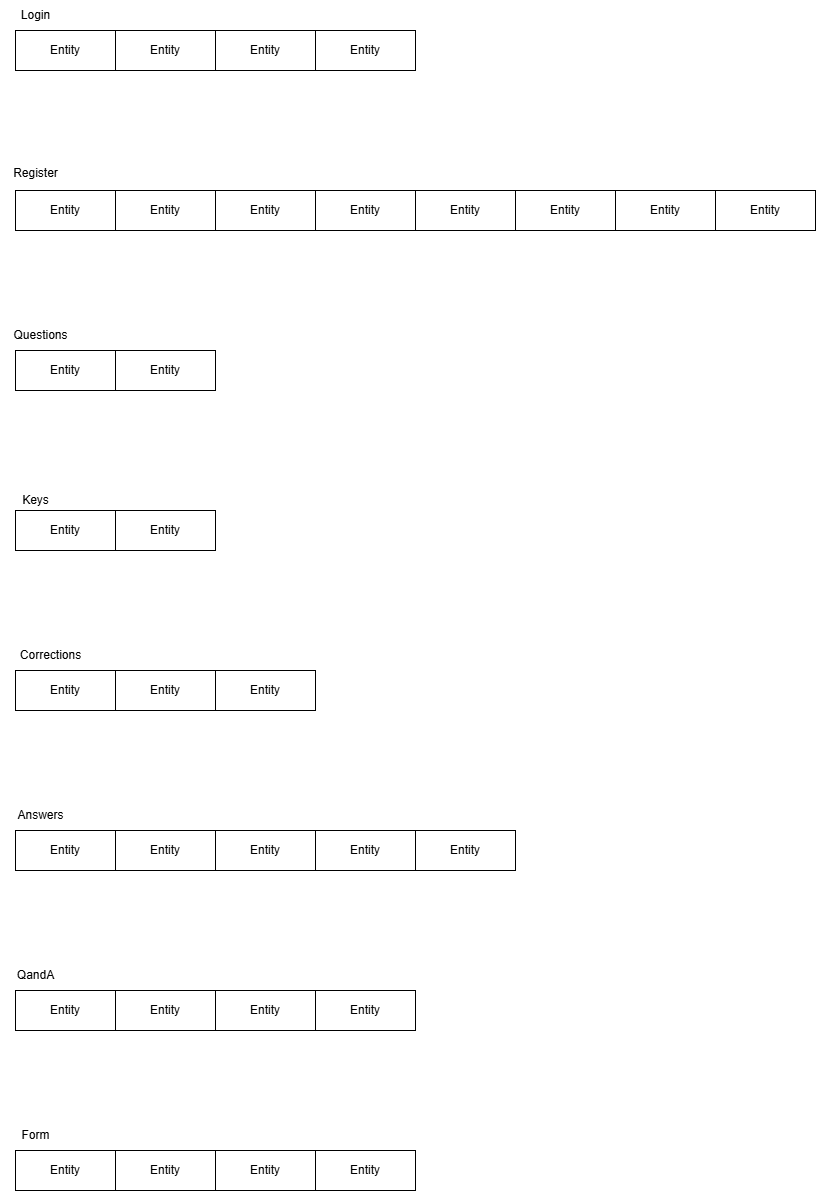
Above: Bahrainouna Project/Database_mapping.drawio.png in another4433/another4433 (draw.io), before the change. Source tidied: cells renumbered, new cells last; positions are measured from the earlier drawing's top-left corner, leaving out a move shared by most shapes.
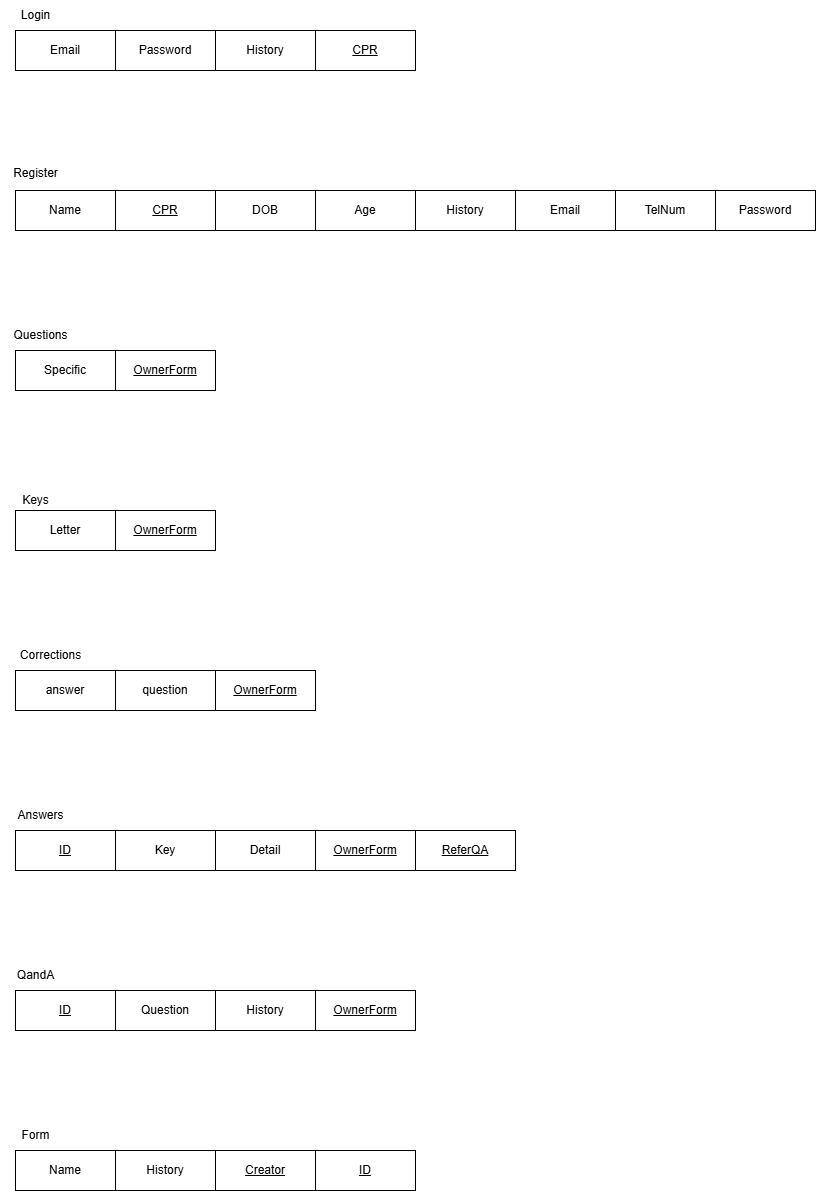
After the commit.

Diff of the diagram source:
```diff
@@ -2,52 +2,52 @@
   <root>
     <mxCell id="0" />
     <mxCell id="1" parent="0" />
-    <mxCell id="2" value="Entity" style="whiteSpace=wrap;html=1;align=center;" parent="1" vertex="1">
+    <mxCell id="2" value="&lt;u&gt;OwnerForm&lt;/u&gt;" style="whiteSpace=wrap;html=1;align=center;" parent="1" vertex="1">
       <mxGeometry x="115" y="510" width="100" height="40" as="geometry" />
     </mxCell>
-    <mxCell id="3" value="Entity" style="whiteSpace=wrap;html=1;align=center;" parent="1" vertex="1">
+    <mxCell id="3" value="Letter" style="whiteSpace=wrap;html=1;align=center;" parent="1" vertex="1">
       <mxGeometry x="15" y="510" width="100" height="40" as="geometry" />
     </mxCell>
-    <mxCell id="4" value="Entity" style="whiteSpace=wrap;html=1;align=center;" parent="1" vertex="1">
+    <mxCell id="4" value="&lt;u&gt;OwnerForm&lt;/u&gt;" style="whiteSpace=wrap;html=1;align=center;" parent="1" vertex="1">
       <mxGeometry x="115" y="350" width="100" height="40" as="geometry" />
     </mxCell>
-    <mxCell id="5" value="Entity" style="whiteSpace=wrap;html=1;align=center;" parent="1" vertex="1">
+    <mxCell id="5" value="Specific" style="whiteSpace=wrap;html=1;align=center;" parent="1" vertex="1">
       <mxGeometry x="15" y="350" width="100" height="40" as="geometry" />
     </mxCell>
-    <mxCell id="6" value="Entity" style="whiteSpace=wrap;html=1;align=center;" parent="1" vertex="1">
+    <mxCell id="6" value="Password" style="whiteSpace=wrap;html=1;align=center;" parent="1" vertex="1">
       <mxGeometry x="715" y="190" width="100" height="40" as="geometry" />
     </mxCell>
-    <mxCell id="7" value="Entity" style="whiteSpace=wrap;html=1;align=center;" parent="1" vertex="1">
+    <mxCell id="7" value="TelNum" style="whiteSpace=wrap;html=1;align=center;" parent="1" vertex="1">
       <mxGeometry x="615" y="190" width="100" height="40" as="geometry" />
     </mxCell>
-    <mxCell id="8" value="Entity" style="whiteSpace=wrap;html=1;align=center;" parent="1" vertex="1">
+    <mxCell id="8" value="Email" style="whiteSpace=wrap;html=1;align=center;" parent="1" vertex="1">
       <mxGeometry x="515" y="190" width="100" height="40" as="geometry" />
     </mxCell>
-    <mxCell id="9" value="Entity" style="whiteSpace=wrap;html=1;align=center;" parent="1" vertex="1">
+    <mxCell id="9" value="History" style="whiteSpace=wrap;html=1;align=center;" parent="1" vertex="1">
       <mxGeometry x="415" y="190" width="100" height="40" as="geometry" />
     </mxCell>
-    <mxCell id="10" value="Entity" style="whiteSpace=wrap;html=1;align=center;" parent="1" vertex="1">
+    <mxCell id="10" value="Age" style="whiteSpace=wrap;html=1;align=center;" parent="1" vertex="1">
       <mxGeometry x="315" y="190" width="100" height="40" as="geometry" />
     </mxCell>
-    <mxCell id="11" value="Entity" style="whiteSpace=wrap;html=1;align=center;" parent="1" vertex="1">
+    <mxCell id="11" value="DOB" style="whiteSpace=wrap;html=1;align=center;" parent="1" vertex="1">
       <mxGeometry x="215" y="190" width="100" height="40" as="geometry" />
     </mxCell>
-    <mxCell id="12" value="Entity" style="whiteSpace=wrap;html=1;align=center;" parent="1" vertex="1">
+    <mxCell id="12" value="&lt;u&gt;CPR&lt;/u&gt;" style="whiteSpace=wrap;html=1;align=center;" parent="1" vertex="1">
       <mxGeometry x="115" y="190" width="100" height="40" as="geometry" />
     </mxCell>
-    <mxCell id="13" value="Entity" style="whiteSpace=wrap;html=1;align=center;" parent="1" vertex="1">
+    <mxCell id="13" value="Name" style="whiteSpace=wrap;html=1;align=center;" parent="1" vertex="1">
       <mxGeometry x="15" y="190" width="100" height="40" as="geometry" />
     </mxCell>
-    <mxCell id="14" value="Entity" style="whiteSpace=wrap;html=1;align=center;" parent="1" vertex="1">
+    <mxCell id="14" value="&lt;u&gt;CPR&lt;/u&gt;" style="whiteSpace=wrap;html=1;align=center;" parent="1" vertex="1">
       <mxGeometry x="315" y="30" width="100" height="40" as="geometry" />
     </mxCell>
-    <mxCell id="15" value="Entity" style="whiteSpace=wrap;html=1;align=center;" parent="1" vertex="1">
+    <mxCell id="15" value="History" style="whiteSpace=wrap;html=1;align=center;" parent="1" vertex="1">
       <mxGeometry x="215" y="30" width="100" height="40" as="geometry" />
     </mxCell>
-    <mxCell id="16" value="Entity" style="whiteSpace=wrap;html=1;align=center;" parent="1" vertex="1">
+    <mxCell id="16" value="Password" style="whiteSpace=wrap;html=1;align=center;" parent="1" vertex="1">
       <mxGeometry x="115" y="30" width="100" height="40" as="geometry" />
     </mxCell>
-    <mxCell id="17" value="Entity" style="whiteSpace=wrap;html=1;align=center;" parent="1" vertex="1">
+    <mxCell id="17" value="Email" style="whiteSpace=wrap;html=1;align=center;" parent="1" vertex="1">
       <mxGeometry x="15" y="30" width="100" height="40" as="geometry" />
     </mxCell>
     <mxCell id="18" value="Login" style="text;html=1;align=center;verticalAlign=middle;strokeColor=none;fillColor=none;" parent="1" vertex="1">
@@ -62,52 +62,52 @@
     <mxCell id="21" value="Keys" style="text;html=1;align=center;verticalAlign=middle;strokeColor=none;fillColor=none;" parent="1" vertex="1">
       <mxGeometry x="10" y="485" width="50" height="30" as="geometry" />
     </mxCell>
-    <mxCell id="22" value="Entity" style="whiteSpace=wrap;html=1;align=center;" parent="1" vertex="1">
+    <mxCell id="22" value="&lt;u&gt;ID&lt;/u&gt;" style="whiteSpace=wrap;html=1;align=center;" parent="1" vertex="1">
       <mxGeometry x="15" y="990" width="100" height="40" as="geometry" />
     </mxCell>
-    <mxCell id="23" value="Entity" style="whiteSpace=wrap;html=1;align=center;" parent="1" vertex="1">
+    <mxCell id="23" value="&lt;u&gt;OwnerForm&lt;/u&gt;" style="whiteSpace=wrap;html=1;align=center;" parent="1" vertex="1">
       <mxGeometry x="315" y="830" width="100" height="40" as="geometry" />
     </mxCell>
-    <mxCell id="24" value="Entity" style="whiteSpace=wrap;html=1;align=center;" parent="1" vertex="1">
+    <mxCell id="24" value="&lt;u&gt;ReferQA&lt;/u&gt;" style="whiteSpace=wrap;html=1;align=center;" parent="1" vertex="1">
       <mxGeometry x="415" y="830" width="100" height="40" as="geometry" />
     </mxCell>
-    <mxCell id="25" value="Entity" style="whiteSpace=wrap;html=1;align=center;" parent="1" vertex="1">
+    <mxCell id="25" value="Detail" style="whiteSpace=wrap;html=1;align=center;" parent="1" vertex="1">
       <mxGeometry x="215" y="830" width="100" height="40" as="geometry" />
     </mxCell>
-    <mxCell id="26" value="Entity" style="whiteSpace=wrap;html=1;align=center;" parent="1" vertex="1">
+    <mxCell id="26" value="Key" style="whiteSpace=wrap;html=1;align=center;" parent="1" vertex="1">
       <mxGeometry x="115" y="830" width="100" height="40" as="geometry" />
     </mxCell>
-    <mxCell id="27" value="Entity" style="whiteSpace=wrap;html=1;align=center;" parent="1" vertex="1">
+    <mxCell id="27" value="&lt;u&gt;ID&lt;/u&gt;" style="whiteSpace=wrap;html=1;align=center;" parent="1" vertex="1">
       <mxGeometry x="15" y="830" width="100" height="40" as="geometry" />
     </mxCell>
-    <mxCell id="28" value="Entity" style="whiteSpace=wrap;html=1;align=center;" parent="1" vertex="1">
+    <mxCell id="28" value="&lt;u&gt;OwnerForm&lt;/u&gt;" style="whiteSpace=wrap;html=1;align=center;" parent="1" vertex="1">
       <mxGeometry x="215" y="670" width="100" height="40" as="geometry" />
     </mxCell>
-    <mxCell id="29" value="Entity" style="whiteSpace=wrap;html=1;align=center;" parent="1" vertex="1">
+    <mxCell id="29" value="question" style="whiteSpace=wrap;html=1;align=center;" parent="1" vertex="1">
       <mxGeometry x="115" y="670" width="100" height="40" as="geometry" />
     </mxCell>
-    <mxCell id="30" value="Entity" style="whiteSpace=wrap;html=1;align=center;" parent="1" vertex="1">
+    <mxCell id="30" value="answer" style="whiteSpace=wrap;html=1;align=center;" parent="1" vertex="1">
       <mxGeometry x="15" y="670" width="100" height="40" as="geometry" />
     </mxCell>
-    <mxCell id="31" value="Entity" style="whiteSpace=wrap;html=1;align=center;" parent="1" vertex="1">
+    <mxCell id="31" value="Name" style="whiteSpace=wrap;html=1;align=center;" parent="1" vertex="1">
       <mxGeometry x="15" y="1150" width="100" height="40" as="geometry" />
     </mxCell>
-    <mxCell id="32" value="Entity" style="whiteSpace=wrap;html=1;align=center;" parent="1" vertex="1">
+    <mxCell id="32" value="&lt;u&gt;Creator&lt;/u&gt;" style="whiteSpace=wrap;html=1;align=center;" parent="1" vertex="1">
       <mxGeometry x="215" y="1150" width="100" height="40" as="geometry" />
     </mxCell>
-    <mxCell id="33" value="Entity" style="whiteSpace=wrap;html=1;align=center;" parent="1" vertex="1">
+    <mxCell id="33" value="History" style="whiteSpace=wrap;html=1;align=center;" parent="1" vertex="1">
       <mxGeometry x="115" y="1150" width="100" height="40" as="geometry" />
     </mxCell>
-    <mxCell id="34" value="Entity" style="whiteSpace=wrap;html=1;align=center;" parent="1" vertex="1">
+    <mxCell id="34" value="&lt;u&gt;ID&lt;/u&gt;" style="whiteSpace=wrap;html=1;align=center;" parent="1" vertex="1">
       <mxGeometry x="315" y="1150" width="100" height="40" as="geometry" />
     </mxCell>
-    <mxCell id="35" value="Entity" style="whiteSpace=wrap;html=1;align=center;" parent="1" vertex="1">
+    <mxCell id="35" value="&lt;u&gt;OwnerForm&lt;/u&gt;" style="whiteSpace=wrap;html=1;align=center;" parent="1" vertex="1">
       <mxGeometry x="315" y="990" width="100" height="40" as="geometry" />
     </mxCell>
-    <mxCell id="36" value="Entity" style="whiteSpace=wrap;html=1;align=center;" parent="1" vertex="1">
+    <mxCell id="36" value="History" style="whiteSpace=wrap;html=1;align=center;" parent="1" vertex="1">
       <mxGeometry x="215" y="990" width="100" height="40" as="geometry" />
     </mxCell>
-    <mxCell id="37" value="Entity" style="whiteSpace=wrap;html=1;align=center;" parent="1" vertex="1">
+    <mxCell id="37" value="Question" style="whiteSpace=wrap;html=1;align=center;" parent="1" vertex="1">
       <mxGeometry x="115" y="990" width="100" height="40" as="geometry" />
     </mxCell>
     <mxCell id="38" value="Corrections" style="text;html=1;align=center;verticalAlign=middle;strokeColor=none;fillColor=none;" parent="1" vertex="1">
```
